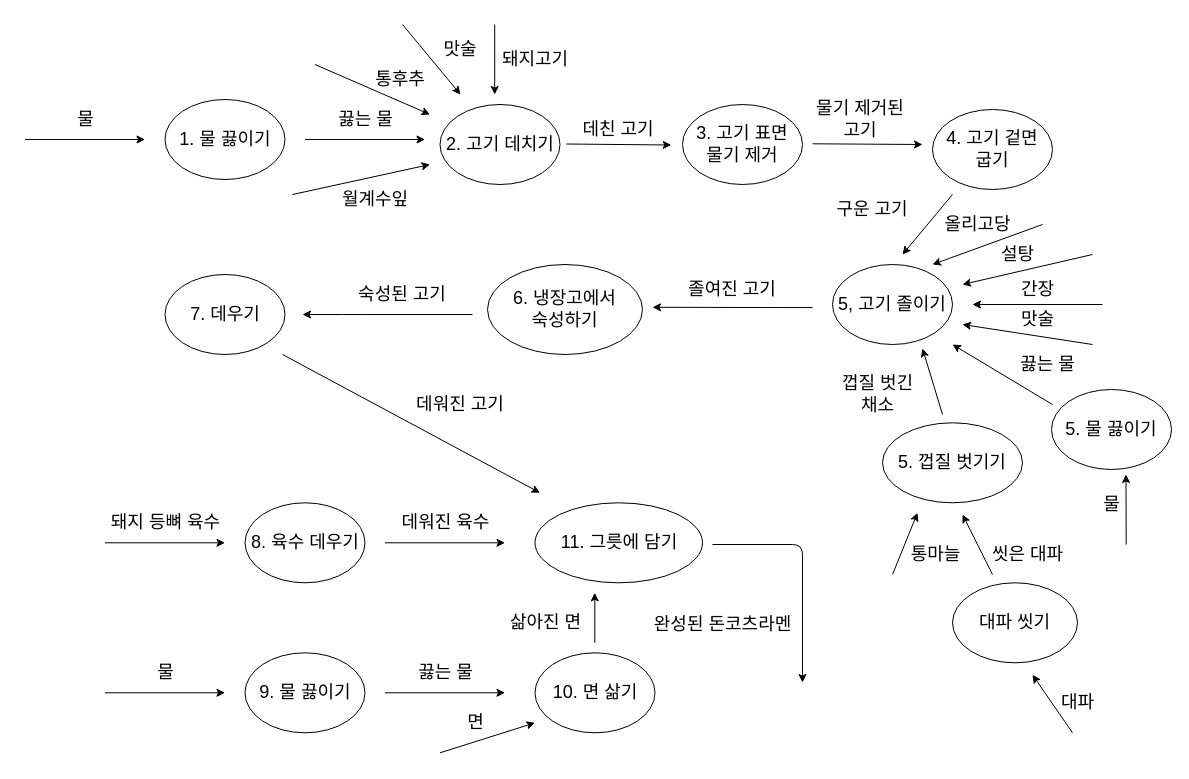
The draw.io diagram Untitled Diagram2.drawio in jgy2808/Algorithm, before the edit. Source tidied: cells renumbered, new cells numbered last; positions are measured from the earlier drawing's top-left corner, leaving out a move shared by most shapes. Both pictures are drawn from the tidied source at 100%, with x=0, y=0 at pixel (24, 24).
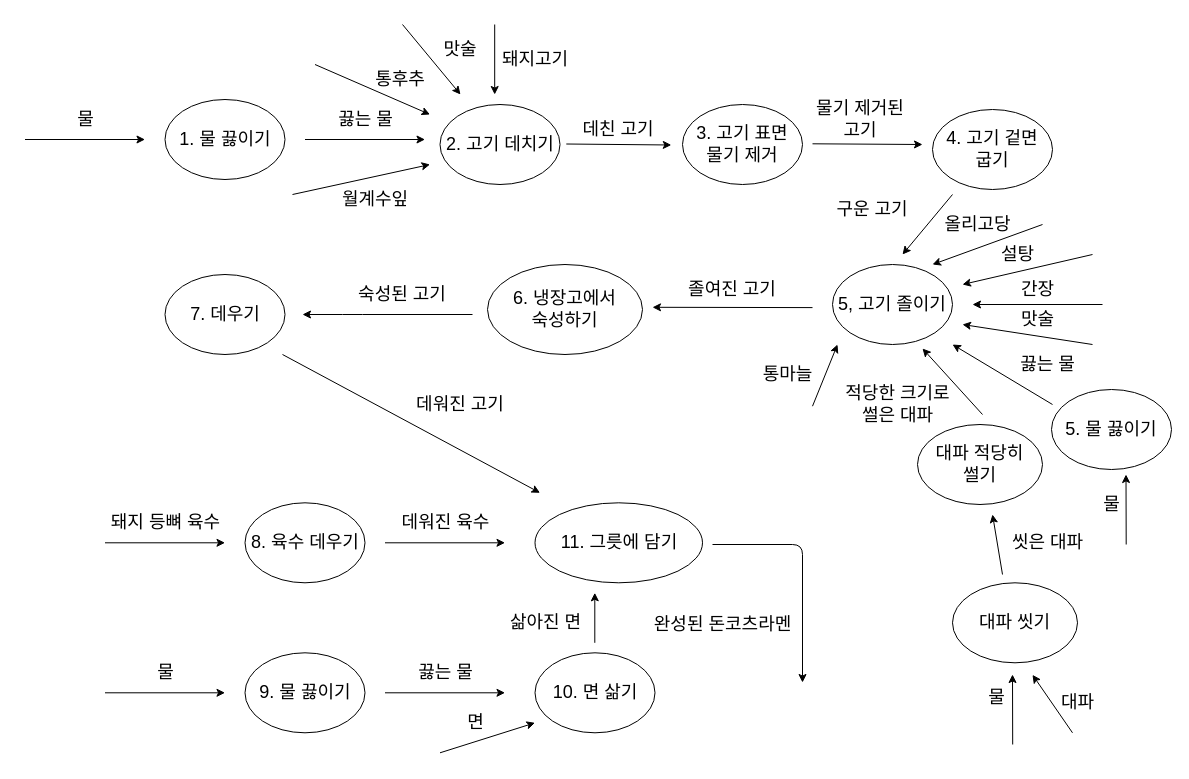
The same page after the edit.

What changed in the source:
```diff
@@
-    <mxCell id="6" value="&lt;font style=&quot;font-size: 18px&quot;&gt;데친 고기&lt;br&gt;&lt;/font&gt;" style="text;html=1;strokeColor=none;fillColor=none;align=center;verticalAlign=middle;whiteSpace=wrap;rounded=0;" parent="1" vertex="1">
-      <mxGeometry x="547.4" y="90" width="93.8" height="30" as="geometry" />
-    </mxCell>
-    <mxCell id="7" style="endArrow=classic;html=1;" parent="1" edge="1">
-      <mxGeometry relative="1" as="geometry">
-        <mxPoint x="541.8" y="119.5" as="sourcePoint" />
-        <mxPoint x="646.8" y="120.5" as="targetPoint" />
-      </mxGeometry>
-    </mxCell>
@@
     <mxCell id="34" style="endArrow=classic;html=1;" parent="1" edge="1">
       <mxGeometry relative="1" as="geometry">
-        <mxPoint x="918" y="390" as="sourcePoint" />
+        <mxPoint x="958" y="390" as="sourcePoint" />
         <mxPoint x="898" y="324" as="targetPoint" />
       </mxGeometry>
     </mxCell>
-    <mxCell id="35" value="&lt;span style=&quot;font-size: 18px&quot;&gt;껍질 벗긴 &lt;br&gt;채소&lt;/span&gt;" style="text;html=1;align=center;verticalAlign=middle;strokeColor=none;fillColor=none;" parent="1" vertex="1">
-      <mxGeometry x="808" y="350" width="90" height="40" as="geometry" />
-    </mxCell>
@@
-    <mxCell id="64" value="&lt;span style=&quot;font-size: 18px&quot;&gt;5. 껍질 벗기기&lt;br&gt;&lt;/span&gt;" style="ellipse;whiteSpace=wrap;html=1;" parent="1" vertex="1">
-      <mxGeometry x="858" y="398.3" width="140" height="80" as="geometry" />
-    </mxCell>
@@
     <mxCell id="66" style="endArrow=classic;html=1;" parent="1" edge="1">
       <mxGeometry relative="1" as="geometry">
-        <mxPoint x="968" y="550" as="sourcePoint" />
-        <mxPoint x="938" y="490" as="targetPoint" />
+        <mxPoint x="978" y="550" as="sourcePoint" />
+        <mxPoint x="968" y="490" as="targetPoint" />
       </mxGeometry>
     </mxCell>
     <mxCell id="67" value="&lt;font style=&quot;font-size: 18px&quot;&gt;씻은 대파&lt;/font&gt;" style="text;html=1;align=center;verticalAlign=middle;strokeColor=none;fillColor=none;" parent="1" vertex="1">
-      <mxGeometry x="958" y="520" width="90" height="20" as="geometry" />
+      <mxGeometry x="978" y="508.3" width="90" height="20" as="geometry" />
     </mxCell>
     <mxCell id="68" style="endArrow=classic;html=1;" parent="1" edge="1">
       <mxGeometry relative="1" as="geometry">
-        <mxPoint x="868" y="550" as="sourcePoint" />
-        <mxPoint x="893" y="488.3" as="targetPoint" />
+        <mxPoint x="788" y="381.7" as="sourcePoint" />
+        <mxPoint x="813" y="320" as="targetPoint" />
       </mxGeometry>
     </mxCell>
     <mxCell id="69" value="&lt;font style=&quot;font-size: 18px&quot;&gt;통마늘&lt;/font&gt;" style="text;html=1;align=center;verticalAlign=middle;strokeColor=none;fillColor=none;" parent="1" vertex="1">
-      <mxGeometry x="875.5" y="520" width="70" height="20" as="geometry" />
+      <mxGeometry x="728" y="340" width="70" height="20" as="geometry" />
     </mxCell>
@@
+    <mxCell id="6" value="&lt;font style=&quot;font-size: 18px&quot;&gt;데친 고기&lt;br&gt;&lt;/font&gt;" style="text;html=1;strokeColor=none;fillColor=none;align=center;verticalAlign=middle;whiteSpace=wrap;rounded=0;" parent="1" vertex="1">
+      <mxGeometry x="547.4" y="90" width="93.8" height="30" as="geometry" />
+    </mxCell>
+    <mxCell id="74" style="endArrow=classic;html=1;" parent="1" edge="1">
+      <mxGeometry relative="1" as="geometry">
+        <mxPoint x="541.8" y="119.5" as="sourcePoint" />
+        <mxPoint x="646.8" y="120.5" as="targetPoint" />
+      </mxGeometry>
+    </mxCell>
+    <mxCell id="75" style="endArrow=classic;html=1;" parent="1" edge="1">
+      <mxGeometry relative="1" as="geometry">
+        <mxPoint x="988.2" y="720" as="sourcePoint" />
+        <mxPoint x="988" y="650" as="targetPoint" />
+      </mxGeometry>
+    </mxCell>
+    <mxCell id="76" value="&lt;font style=&quot;font-size: 18px&quot;&gt;물&lt;/font&gt;" style="text;html=1;align=center;verticalAlign=middle;strokeColor=none;fillColor=none;" parent="1" vertex="1">
+      <mxGeometry x="956.8" y="663.3" width="30" height="20" as="geometry" />
+    </mxCell>
+    <mxCell id="77" value="&lt;span style=&quot;font-size: 18px&quot;&gt;대파 적당히&lt;br&gt;썰기&lt;br&gt;&lt;/span&gt;" style="ellipse;whiteSpace=wrap;html=1;" parent="1" vertex="1">
+      <mxGeometry x="893" y="400" width="125" height="80" as="geometry" />
+    </mxCell>
+    <mxCell id="78" value="&lt;span style=&quot;font-size: 18px&quot;&gt;적당한 크기로&lt;br&gt;썰은 대파&lt;/span&gt;" style="text;html=1;align=center;verticalAlign=middle;strokeColor=none;fillColor=none;" parent="1" vertex="1">
+      <mxGeometry x="808" y="360" width="130" height="40" as="geometry" />
+    </mxCell>
```
